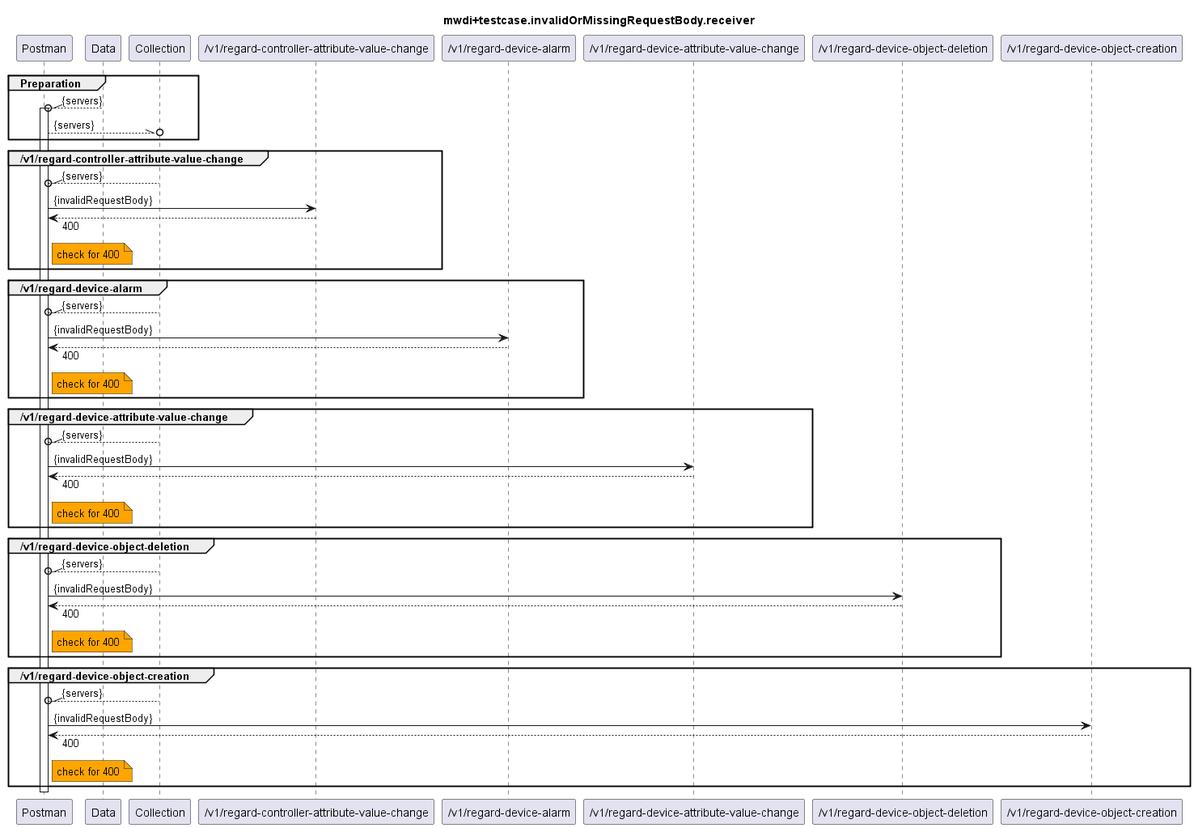
openBackhaul/MicroWaveDeviceInventory keeps this PlantUML diagram as testing/2_functional/invalidOrMissingRequestBody/v1.2.2/Receiver/mwdi+diagram.invalidOrMissingRequestBody.receiver.png. Above is the earlier version.
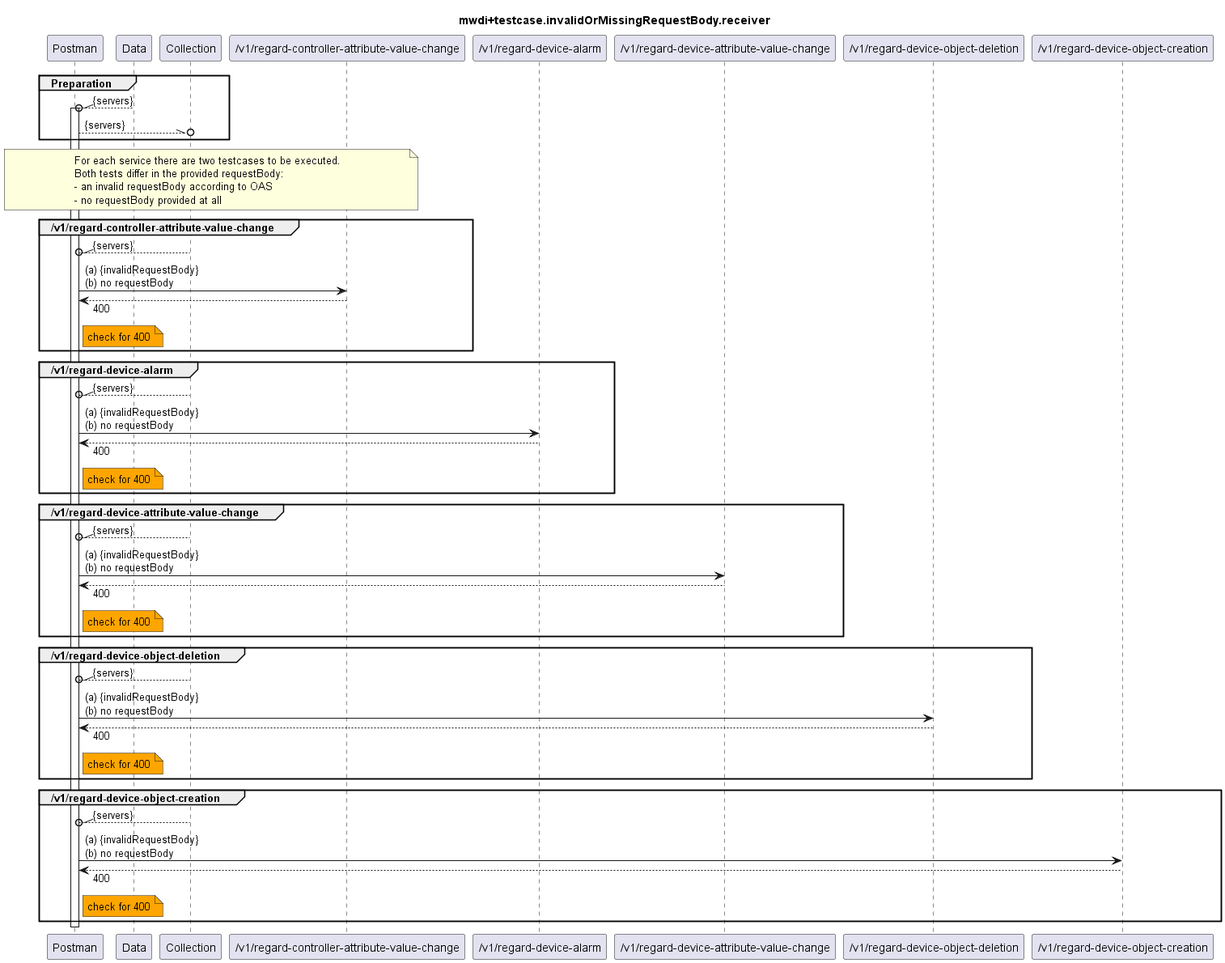
The same file after the commit.

Change to the diagram source:
```diff
@@ -21,9 +21,17 @@
   Postman --\\o Collection : {servers}
 end
 
+note over Postman, RCAVC
+  For each service there are two testcases to be executed.
+  Both tests differ in the provided requestBody:
+  - an invalid requestBody according to OAS
+  - no requestBody provided at all
+end note
+
+
 group /v1/regard-controller-attribute-value-change
   Collection --\\o Postman : {servers}
-  Postman -> RCAVC : {invalidRequestBody}
+  Postman -> RCAVC : (a) {invalidRequestBody} \n(b) no requestBody
   Postman <-- RCAVC : 400
   note right Postman #Orange
     check for 400
@@ -32,7 +40,7 @@
 
 group /v1/regard-device-alarm
   Collection --\\o Postman : {servers}
-  Postman -> RDA : {invalidRequestBody}
+  Postman -> RDA : (a) {invalidRequestBody} \n(b) no requestBody
   Postman <-- RDA : 400
   note right Postman #Orange
     check for 400
@@ -41,7 +49,7 @@
 
 group /v1/regard-device-attribute-value-change
   Collection --\\o Postman : {servers}
-  Postman -> RDAVC : {invalidRequestBody}
+  Postman -> RDAVC : (a) {invalidRequestBody} \n(b) no requestBody
   Postman <-- RDAVC : 400
   note right Postman #Orange
     check for 400
@@ -50,7 +58,7 @@
 
 group /v1/regard-device-object-deletion
   Collection --\\o Postman : {servers}
-  Postman -> RDOD : {invalidRequestBody}
+  Postman -> RDOD : (a) {invalidRequestBody} \n(b) no requestBody
   Postman <-- RDOD : 400
   note right Postman #Orange
     check for 400
@@ -59,7 +67,7 @@
 
 group /v1/regard-device-object-creation
   Collection --\\o Postman : {servers}
-  Postman -> RDOC : {invalidRequestBody}
+  Postman -> RDOC : (a) {invalidRequestBody} \n(b) no requestBody
   Postman <-- RDOC : 400
   note right Postman #Orange
     check for 400
```
